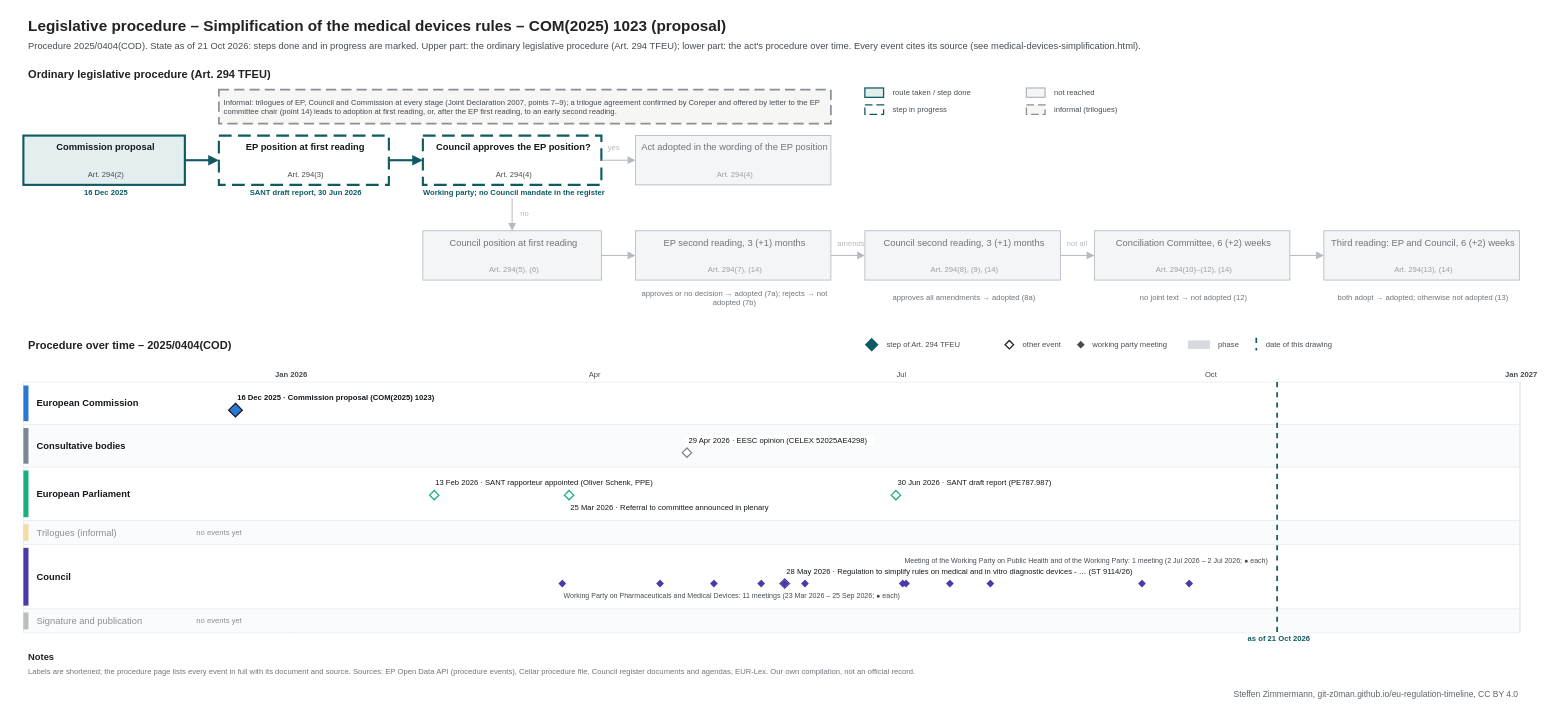
Earlier version of the draw.io diagram procedures/medical-devices-simplification.drawio (git-z0man/eu-regulation-timeline). Source tidied: cells renumbered, new cells numbered last; positions are measured from the earlier drawing's top-left corner, leaving out a move shared by most shapes. Both pictures are drawn from the tidied source at 85%, with x=0, y=0 at pixel (14, 14).
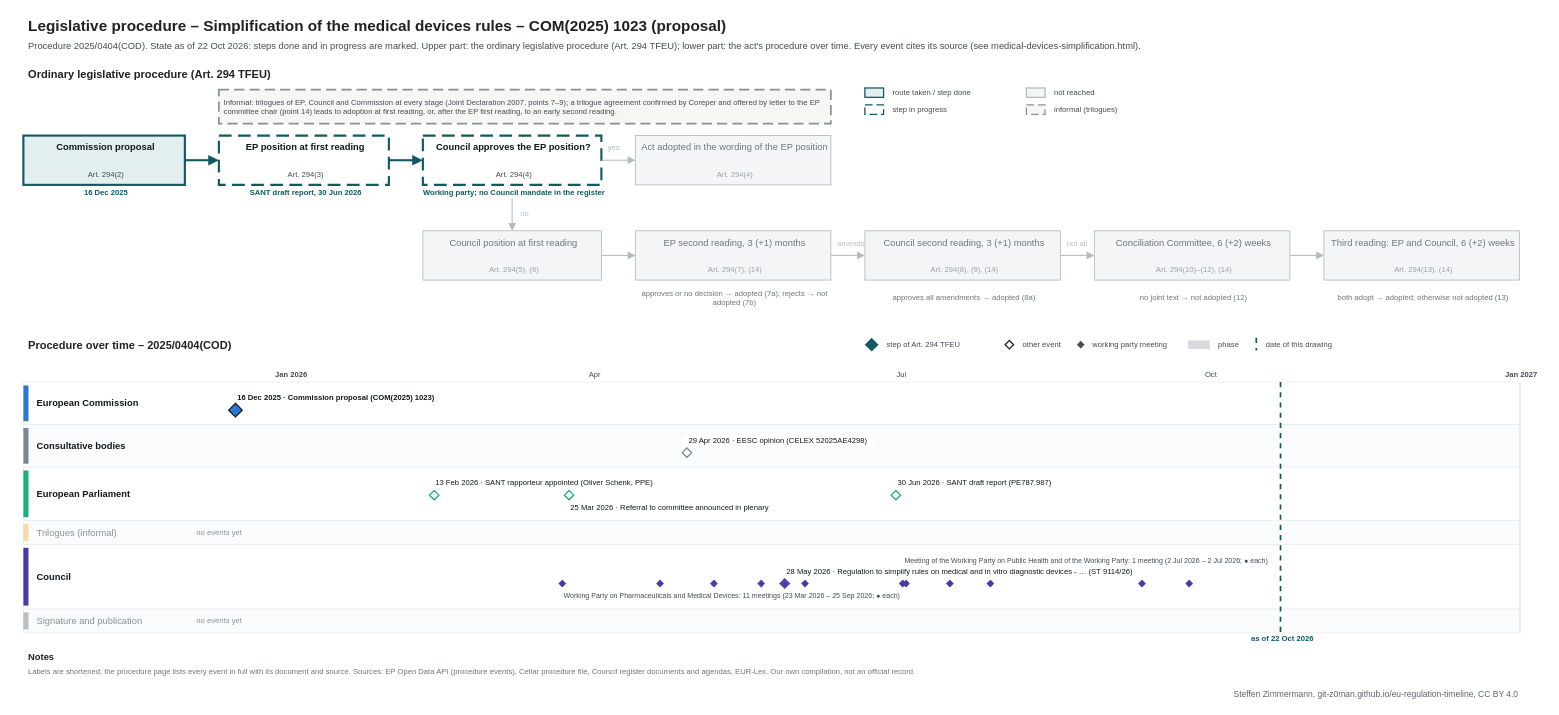
The same page after the edit.

What changed in the source:
```diff
@@
-    <mxCell id="3" value="Procedure 2025/0404(COD). State as of 21 Oct 2026: steps done and in progress are marked. Upper part: the ordinary legislative procedure (Art. 294 TFEU); lower part: the act's procedure over time. Every event cites its source (see medical-devices-simplification.html)." style="text;html=1;fontSize=11;fontColor=#454c53;align=left;verticalAlign=middle;spacingLeft=4;" parent="1" vertex="1">
+    <mxCell id="3" value="Procedure 2025/0404(COD). State as of 22 Oct 2026: steps done and in progress are marked. Upper part: the ordinary legislative procedure (Art. 294 TFEU); lower part: the act's procedure over time. Every event cites its source (see medical-devices-simplification.html)." style="text;html=1;fontSize=11;fontColor=#454c53;align=left;verticalAlign=middle;spacingLeft=4;" parent="1" vertex="1">
       <mxGeometry x="10" y="28" width="1700" height="18" as="geometry" />
     </mxCell>
@@
     <mxCell id="111" style="line;html=1;strokeWidth=2;strokeColor=#0f5a63;direction=south;dashed=1;" parent="1" vertex="1">
-      <mxGeometry x="1484.5" y="432" width="1" height="295" as="geometry" />
+      <mxGeometry x="1488.5" y="432" width="1" height="295" as="geometry" />
     </mxCell>
-    <mxCell id="112" value="as of 21 Oct 2026" style="text;html=1;fontSize=9;fontColor=#0f5a63;align=center;verticalAlign=middle;spacingLeft=4;fontStyle=1;" parent="1" vertex="1">
-      <mxGeometry x="1424.5" y="728" width="120" height="12" as="geometry" />
+    <mxCell id="112" value="as of 22 Oct 2026" style="text;html=1;fontSize=9;fontColor=#0f5a63;align=center;verticalAlign=middle;spacingLeft=4;fontStyle=1;" parent="1" vertex="1">
+      <mxGeometry x="1428.5" y="728" width="120" height="12" as="geometry" />
     </mxCell>
```
